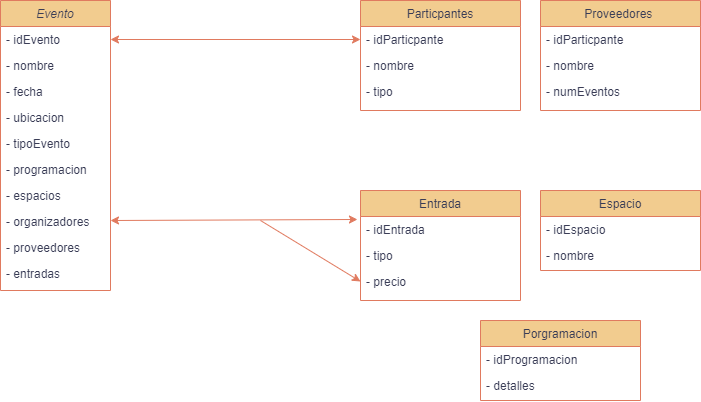
Before: lib/Diagrama sin título.drawio.png, a diagram exported from draw.io (Xrivera27/Fronted). Source tidied: cells renumbered, new cells last; positions are measured from the earlier drawing's top-left corner, leaving out a move shared by most shapes.
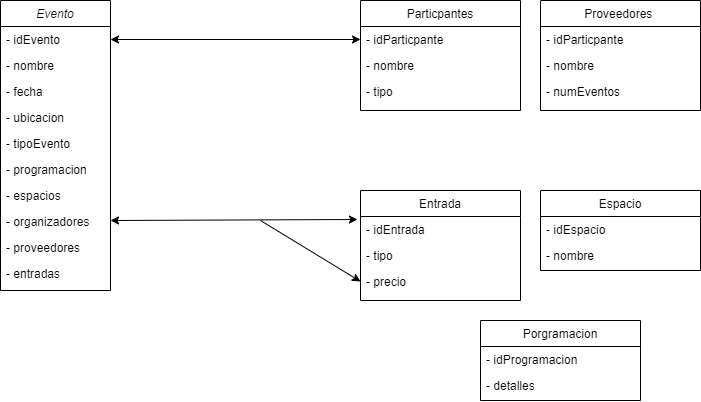
The same file after the commit.

Diff of the diagram source:
```diff
@@ -2,102 +2,102 @@
   <root>
     <mxCell id="0" />
     <mxCell id="1" parent="0" />
-    <mxCell id="2" value="Evento" style="swimlane;fontStyle=2;align=center;verticalAlign=top;horizontal=1;startSize=26;rounded=0;shadow=0;strokeWidth=1;labelBackgroundColor=none;fillColor=#F2CC8F;strokeColor=#E07A5F;fontColor=#393C56;" parent="1" vertex="1">
+    <mxCell id="2" value="Evento" style="swimlane;fontStyle=2;align=center;verticalAlign=top;horizontal=1;startSize=26;rounded=0;shadow=0;strokeWidth=1;labelBackgroundColor=none;" parent="1" vertex="1">
       <mxGeometry width="110" height="290" as="geometry" />
     </mxCell>
-    <mxCell id="3" value="- idEvento" style="text;align=left;verticalAlign=top;spacingLeft=4;spacingRight=4;overflow=hidden;points=[[0,0.5],[1,0.5]];portConstraint=eastwest;labelBackgroundColor=none;rounded=0;fontColor=#393C56;" parent="2" vertex="1">
+    <mxCell id="3" value="- idEvento" style="text;align=left;verticalAlign=top;spacingLeft=4;spacingRight=4;overflow=hidden;points=[[0,0.5],[1,0.5]];portConstraint=eastwest;labelBackgroundColor=none;rounded=0;" parent="2" vertex="1">
       <mxGeometry y="26" width="110" height="26" as="geometry" />
     </mxCell>
-    <mxCell id="4" value="- nombre&#10;" style="text;align=left;verticalAlign=top;spacingLeft=4;spacingRight=4;overflow=hidden;rounded=0;shadow=0;html=0;labelBackgroundColor=none;fontColor=#393C56;" parent="2" vertex="1">
+    <mxCell id="4" value="- nombre&#10;" style="text;align=left;verticalAlign=top;spacingLeft=4;spacingRight=4;overflow=hidden;rounded=0;shadow=0;html=0;labelBackgroundColor=none;" parent="2" vertex="1">
       <mxGeometry y="52" width="110" height="26" as="geometry" />
     </mxCell>
-    <mxCell id="5" value="- fecha" style="text;align=left;verticalAlign=top;spacingLeft=4;spacingRight=4;overflow=hidden;rounded=0;shadow=0;html=0;labelBackgroundColor=none;fontColor=#393C56;" parent="2" vertex="1">
+    <mxCell id="5" value="- fecha" style="text;align=left;verticalAlign=top;spacingLeft=4;spacingRight=4;overflow=hidden;rounded=0;shadow=0;html=0;labelBackgroundColor=none;" parent="2" vertex="1">
       <mxGeometry y="78" width="110" height="26" as="geometry" />
     </mxCell>
-    <mxCell id="6" value="- ubicacion" style="text;align=left;verticalAlign=top;spacingLeft=4;spacingRight=4;overflow=hidden;rounded=0;shadow=0;html=0;labelBackgroundColor=none;fontColor=#393C56;" parent="2" vertex="1">
+    <mxCell id="6" value="- ubicacion" style="text;align=left;verticalAlign=top;spacingLeft=4;spacingRight=4;overflow=hidden;rounded=0;shadow=0;html=0;labelBackgroundColor=none;" parent="2" vertex="1">
       <mxGeometry y="104" width="110" height="26" as="geometry" />
     </mxCell>
-    <mxCell id="7" value="- tipoEvento" style="text;align=left;verticalAlign=top;spacingLeft=4;spacingRight=4;overflow=hidden;rounded=0;shadow=0;html=0;labelBackgroundColor=none;fontColor=#393C56;" parent="2" vertex="1">
+    <mxCell id="7" value="- tipoEvento" style="text;align=left;verticalAlign=top;spacingLeft=4;spacingRight=4;overflow=hidden;rounded=0;shadow=0;html=0;labelBackgroundColor=none;" parent="2" vertex="1">
       <mxGeometry y="130" width="110" height="26" as="geometry" />
     </mxCell>
-    <mxCell id="8" value="- programacion" style="text;align=left;verticalAlign=top;spacingLeft=4;spacingRight=4;overflow=hidden;rounded=0;shadow=0;html=0;labelBackgroundColor=none;fontColor=#393C56;" parent="2" vertex="1">
+    <mxCell id="8" value="- programacion" style="text;align=left;verticalAlign=top;spacingLeft=4;spacingRight=4;overflow=hidden;rounded=0;shadow=0;html=0;labelBackgroundColor=none;" parent="2" vertex="1">
       <mxGeometry y="156" width="110" height="26" as="geometry" />
     </mxCell>
-    <mxCell id="9" value="- espacios" style="text;align=left;verticalAlign=top;spacingLeft=4;spacingRight=4;overflow=hidden;rounded=0;shadow=0;html=0;labelBackgroundColor=none;fontColor=#393C56;" parent="2" vertex="1">
+    <mxCell id="9" value="- espacios" style="text;align=left;verticalAlign=top;spacingLeft=4;spacingRight=4;overflow=hidden;rounded=0;shadow=0;html=0;labelBackgroundColor=none;" parent="2" vertex="1">
       <mxGeometry y="182" width="110" height="26" as="geometry" />
     </mxCell>
-    <mxCell id="10" value="- organizadores" style="text;align=left;verticalAlign=top;spacingLeft=4;spacingRight=4;overflow=hidden;rounded=0;shadow=0;html=0;labelBackgroundColor=none;fontColor=#393C56;" parent="2" vertex="1">
+    <mxCell id="10" value="- organizadores" style="text;align=left;verticalAlign=top;spacingLeft=4;spacingRight=4;overflow=hidden;rounded=0;shadow=0;html=0;labelBackgroundColor=none;" parent="2" vertex="1">
       <mxGeometry y="208" width="110" height="26" as="geometry" />
     </mxCell>
-    <mxCell id="11" value="- proveedores" style="text;align=left;verticalAlign=top;spacingLeft=4;spacingRight=4;overflow=hidden;rounded=0;shadow=0;html=0;labelBackgroundColor=none;fontColor=#393C56;" parent="2" vertex="1">
+    <mxCell id="11" value="- proveedores" style="text;align=left;verticalAlign=top;spacingLeft=4;spacingRight=4;overflow=hidden;rounded=0;shadow=0;html=0;labelBackgroundColor=none;" parent="2" vertex="1">
       <mxGeometry y="234" width="110" height="26" as="geometry" />
     </mxCell>
-    <mxCell id="12" value="- entradas" style="text;align=left;verticalAlign=top;spacingLeft=4;spacingRight=4;overflow=hidden;rounded=0;shadow=0;html=0;labelBackgroundColor=none;fontColor=#393C56;" parent="2" vertex="1">
+    <mxCell id="12" value="- entradas" style="text;align=left;verticalAlign=top;spacingLeft=4;spacingRight=4;overflow=hidden;rounded=0;shadow=0;html=0;labelBackgroundColor=none;" parent="2" vertex="1">
       <mxGeometry y="260" width="110" height="26" as="geometry" />
     </mxCell>
-    <mxCell id="13" value="Particpantes" style="swimlane;fontStyle=0;align=center;verticalAlign=top;horizontal=1;startSize=26;rounded=0;shadow=0;strokeWidth=1;labelBackgroundColor=none;fillColor=#F2CC8F;strokeColor=#E07A5F;fontColor=#393C56;" parent="1" vertex="1">
+    <mxCell id="13" value="Particpantes" style="swimlane;fontStyle=0;align=center;verticalAlign=top;horizontal=1;startSize=26;rounded=0;shadow=0;strokeWidth=1;labelBackgroundColor=none;" parent="1" vertex="1">
       <mxGeometry x="360" width="160" height="110" as="geometry" />
     </mxCell>
-    <mxCell id="14" value="- idParticpante" style="text;align=left;verticalAlign=top;spacingLeft=4;spacingRight=4;overflow=hidden;points=[[0,0.5],[1,0.5]];portConstraint=eastwest;labelBackgroundColor=none;rounded=0;fontColor=#393C56;" parent="13" vertex="1">
+    <mxCell id="14" value="- idParticpante" style="text;align=left;verticalAlign=top;spacingLeft=4;spacingRight=4;overflow=hidden;points=[[0,0.5],[1,0.5]];portConstraint=eastwest;labelBackgroundColor=none;rounded=0;" parent="13" vertex="1">
       <mxGeometry y="26" width="160" height="26" as="geometry" />
     </mxCell>
-    <mxCell id="15" value="- nombre" style="text;align=left;verticalAlign=top;spacingLeft=4;spacingRight=4;overflow=hidden;rounded=0;shadow=0;html=0;labelBackgroundColor=none;fontColor=#393C56;" parent="13" vertex="1">
+    <mxCell id="15" value="- nombre" style="text;align=left;verticalAlign=top;spacingLeft=4;spacingRight=4;overflow=hidden;rounded=0;shadow=0;html=0;labelBackgroundColor=none;" parent="13" vertex="1">
       <mxGeometry y="52" width="160" height="26" as="geometry" />
     </mxCell>
-    <mxCell id="16" value="- tipo" style="text;align=left;verticalAlign=top;spacingLeft=4;spacingRight=4;overflow=hidden;rounded=0;shadow=0;html=0;labelBackgroundColor=none;fontColor=#393C56;" parent="13" vertex="1">
+    <mxCell id="16" value="- tipo" style="text;align=left;verticalAlign=top;spacingLeft=4;spacingRight=4;overflow=hidden;rounded=0;shadow=0;html=0;labelBackgroundColor=none;" parent="13" vertex="1">
       <mxGeometry y="78" width="160" height="26" as="geometry" />
     </mxCell>
-    <mxCell id="17" value="Proveedores " style="swimlane;fontStyle=0;align=center;verticalAlign=top;horizontal=1;startSize=26;rounded=0;shadow=0;strokeWidth=1;labelBackgroundColor=none;fillColor=#F2CC8F;strokeColor=#E07A5F;fontColor=#393C56;" parent="1" vertex="1">
+    <mxCell id="17" value="Proveedores " style="swimlane;fontStyle=0;align=center;verticalAlign=top;horizontal=1;startSize=26;rounded=0;shadow=0;strokeWidth=1;labelBackgroundColor=none;" parent="1" vertex="1">
       <mxGeometry x="540" width="160" height="110" as="geometry" />
     </mxCell>
-    <mxCell id="18" value="- idParticpante" style="text;align=left;verticalAlign=top;spacingLeft=4;spacingRight=4;overflow=hidden;labelBackgroundColor=none;rounded=0;fontColor=#393C56;" parent="17" vertex="1">
+    <mxCell id="18" value="- idParticpante" style="text;align=left;verticalAlign=top;spacingLeft=4;spacingRight=4;overflow=hidden;labelBackgroundColor=none;rounded=0;" parent="17" vertex="1">
       <mxGeometry y="26" width="160" height="26" as="geometry" />
     </mxCell>
-    <mxCell id="19" value="- nombre" style="text;align=left;verticalAlign=top;spacingLeft=4;spacingRight=4;overflow=hidden;rounded=0;shadow=0;html=0;labelBackgroundColor=none;fontColor=#393C56;" parent="17" vertex="1">
+    <mxCell id="19" value="- nombre" style="text;align=left;verticalAlign=top;spacingLeft=4;spacingRight=4;overflow=hidden;rounded=0;shadow=0;html=0;labelBackgroundColor=none;" parent="17" vertex="1">
       <mxGeometry y="52" width="160" height="26" as="geometry" />
     </mxCell>
-    <mxCell id="20" value="- numEventos" style="text;align=left;verticalAlign=top;spacingLeft=4;spacingRight=4;overflow=hidden;rounded=0;shadow=0;html=0;labelBackgroundColor=none;fontColor=#393C56;" parent="17" vertex="1">
+    <mxCell id="20" value="- numEventos" style="text;align=left;verticalAlign=top;spacingLeft=4;spacingRight=4;overflow=hidden;rounded=0;shadow=0;html=0;labelBackgroundColor=none;" parent="17" vertex="1">
       <mxGeometry y="78" width="160" height="26" as="geometry" />
     </mxCell>
-    <mxCell id="21" value="Entrada" style="swimlane;fontStyle=0;align=center;verticalAlign=top;horizontal=1;startSize=26;rounded=0;shadow=0;strokeWidth=1;labelBackgroundColor=none;fillColor=#F2CC8F;strokeColor=#E07A5F;fontColor=#393C56;" parent="1" vertex="1">
+    <mxCell id="21" value="Entrada" style="swimlane;fontStyle=0;align=center;verticalAlign=top;horizontal=1;startSize=26;rounded=0;shadow=0;strokeWidth=1;labelBackgroundColor=none;" parent="1" vertex="1">
       <mxGeometry x="360" y="190" width="160" height="110" as="geometry" />
     </mxCell>
-    <mxCell id="22" value="- idEntrada" style="text;align=left;verticalAlign=top;spacingLeft=4;spacingRight=4;overflow=hidden;points=[[0,0.5],[1,0.5]];portConstraint=eastwest;labelBackgroundColor=none;rounded=0;fontColor=#393C56;" parent="21" vertex="1">
+    <mxCell id="22" value="- idEntrada" style="text;align=left;verticalAlign=top;spacingLeft=4;spacingRight=4;overflow=hidden;points=[[0,0.5],[1,0.5]];portConstraint=eastwest;labelBackgroundColor=none;rounded=0;" parent="21" vertex="1">
       <mxGeometry y="26" width="160" height="26" as="geometry" />
     </mxCell>
-    <mxCell id="23" value="- tipo" style="text;align=left;verticalAlign=top;spacingLeft=4;spacingRight=4;overflow=hidden;rounded=0;shadow=0;html=0;labelBackgroundColor=none;fontColor=#393C56;" parent="21" vertex="1">
+    <mxCell id="23" value="- tipo" style="text;align=left;verticalAlign=top;spacingLeft=4;spacingRight=4;overflow=hidden;rounded=0;shadow=0;html=0;labelBackgroundColor=none;" parent="21" vertex="1">
       <mxGeometry y="52" width="160" height="26" as="geometry" />
     </mxCell>
-    <mxCell id="24" value="- precio" style="text;align=left;verticalAlign=top;spacingLeft=4;spacingRight=4;overflow=hidden;points=[[0,0.5],[1,0.5]];portConstraint=eastwest;rounded=0;shadow=0;html=0;labelBackgroundColor=none;fontColor=#393C56;" parent="21" vertex="1">
+    <mxCell id="24" value="- precio" style="text;align=left;verticalAlign=top;spacingLeft=4;spacingRight=4;overflow=hidden;points=[[0,0.5],[1,0.5]];portConstraint=eastwest;rounded=0;shadow=0;html=0;labelBackgroundColor=none;" parent="21" vertex="1">
       <mxGeometry y="78" width="160" height="26" as="geometry" />
     </mxCell>
-    <mxCell id="25" value="Espacio" style="swimlane;fontStyle=0;align=center;verticalAlign=top;horizontal=1;startSize=26;rounded=0;shadow=0;strokeWidth=1;labelBackgroundColor=none;fillColor=#F2CC8F;strokeColor=#E07A5F;fontColor=#393C56;" parent="1" vertex="1">
+    <mxCell id="25" value="Espacio" style="swimlane;fontStyle=0;align=center;verticalAlign=top;horizontal=1;startSize=26;rounded=0;shadow=0;strokeWidth=1;labelBackgroundColor=none;" parent="1" vertex="1">
       <mxGeometry x="540" y="190" width="160" height="80" as="geometry" />
     </mxCell>
-    <mxCell id="26" value="- idEspacio" style="text;align=left;verticalAlign=top;spacingLeft=4;spacingRight=4;overflow=hidden;labelBackgroundColor=none;rounded=0;fontColor=#393C56;" parent="25" vertex="1">
+    <mxCell id="26" value="- idEspacio" style="text;align=left;verticalAlign=top;spacingLeft=4;spacingRight=4;overflow=hidden;labelBackgroundColor=none;rounded=0;" parent="25" vertex="1">
       <mxGeometry y="26" width="160" height="26" as="geometry" />
     </mxCell>
-    <mxCell id="27" value="- nombre" style="text;align=left;verticalAlign=top;spacingLeft=4;spacingRight=4;overflow=hidden;rounded=0;shadow=0;html=0;labelBackgroundColor=none;fontColor=#393C56;" parent="25" vertex="1">
+    <mxCell id="27" value="- nombre" style="text;align=left;verticalAlign=top;spacingLeft=4;spacingRight=4;overflow=hidden;rounded=0;shadow=0;html=0;labelBackgroundColor=none;" parent="25" vertex="1">
       <mxGeometry y="52" width="160" height="26" as="geometry" />
     </mxCell>
-    <mxCell id="28" value="Porgramacion" style="swimlane;fontStyle=0;align=center;verticalAlign=top;horizontal=1;startSize=26;rounded=0;shadow=0;strokeWidth=1;labelBackgroundColor=none;fillColor=#F2CC8F;strokeColor=#E07A5F;fontColor=#393C56;" parent="1" vertex="1">
+    <mxCell id="28" value="Porgramacion" style="swimlane;fontStyle=0;align=center;verticalAlign=top;horizontal=1;startSize=26;rounded=0;shadow=0;strokeWidth=1;labelBackgroundColor=none;" parent="1" vertex="1">
       <mxGeometry x="480" y="320" width="160" height="80" as="geometry" />
     </mxCell>
-    <mxCell id="29" value="- idProgramacion" style="text;align=left;verticalAlign=top;spacingLeft=4;spacingRight=4;overflow=hidden;labelBackgroundColor=none;rounded=0;fontColor=#393C56;" parent="28" vertex="1">
+    <mxCell id="29" value="- idProgramacion" style="text;align=left;verticalAlign=top;spacingLeft=4;spacingRight=4;overflow=hidden;labelBackgroundColor=none;rounded=0;" parent="28" vertex="1">
       <mxGeometry y="26" width="160" height="26" as="geometry" />
     </mxCell>
-    <mxCell id="30" value="- detalles" style="text;align=left;verticalAlign=top;spacingLeft=4;spacingRight=4;overflow=hidden;rounded=0;shadow=0;html=0;labelBackgroundColor=none;fontColor=#393C56;" parent="28" vertex="1">
+    <mxCell id="30" value="- detalles" style="text;align=left;verticalAlign=top;spacingLeft=4;spacingRight=4;overflow=hidden;rounded=0;shadow=0;html=0;labelBackgroundColor=none;" parent="28" vertex="1">
       <mxGeometry y="52" width="160" height="26" as="geometry" />
     </mxCell>
-    <mxCell id="31" style="endArrow=classic;startArrow=classic;html=1;rounded=0;entryX=0;entryY=0.5;entryDx=0;entryDy=0;exitX=1;exitY=0.5;exitDx=0;exitDy=0;labelBackgroundColor=none;fontColor=default;strokeColor=#E07A5F;" parent="1" edge="1" source="3" target="14">
+    <mxCell id="31" style="endArrow=classic;startArrow=classic;html=1;rounded=0;entryX=0;entryY=0.5;entryDx=0;entryDy=0;exitX=1;exitY=0.5;exitDx=0;exitDy=0;labelBackgroundColor=none;fontColor=default;" parent="1" edge="1" source="3" target="14">
       <mxGeometry relative="1" as="geometry" />
     </mxCell>
-    <mxCell id="32" style="endArrow=classic;startArrow=classic;html=1;rounded=0;entryX=-0.019;entryY=0.115;entryDx=0;entryDy=0;entryPerimeter=0;labelBackgroundColor=none;fontColor=default;strokeColor=#E07A5F;" parent="1" edge="1" target="22">
+    <mxCell id="32" style="endArrow=classic;startArrow=classic;html=1;rounded=0;entryX=-0.019;entryY=0.115;entryDx=0;entryDy=0;entryPerimeter=0;labelBackgroundColor=none;fontColor=default;" parent="1" edge="1" target="22">
       <mxGeometry relative="1" as="geometry">
         <mxPoint x="110" y="220" as="sourcePoint" />
       </mxGeometry>
     </mxCell>
-    <mxCell id="33" style="endArrow=classic;html=1;rounded=0;entryX=0;entryY=0.5;entryDx=0;entryDy=0;labelBackgroundColor=none;fontColor=default;strokeColor=#E07A5F;" parent="1" edge="1" target="24">
+    <mxCell id="33" style="endArrow=classic;html=1;rounded=0;entryX=0;entryY=0.5;entryDx=0;entryDy=0;labelBackgroundColor=none;fontColor=default;" parent="1" edge="1" target="24">
       <mxGeometry relative="1" as="geometry">
         <mxPoint x="260" y="220" as="sourcePoint" />
       </mxGeometry>
```
